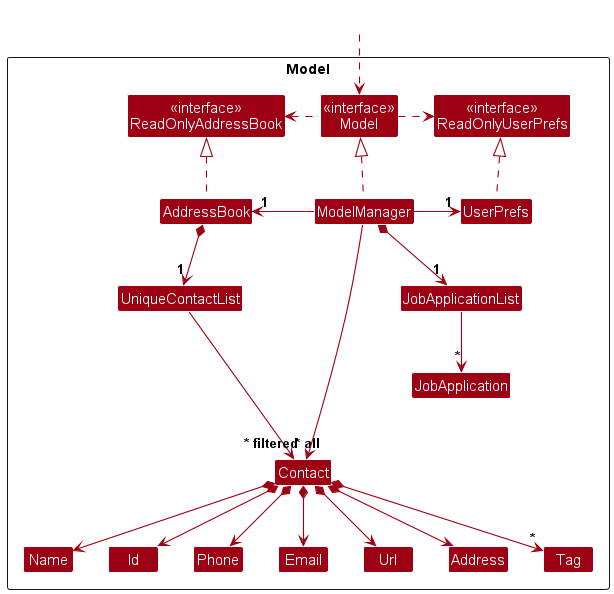
The PlantUML diagram docs/images/ModelClassDiagram.png in wxwern/cs2103t-tp, before a commit.
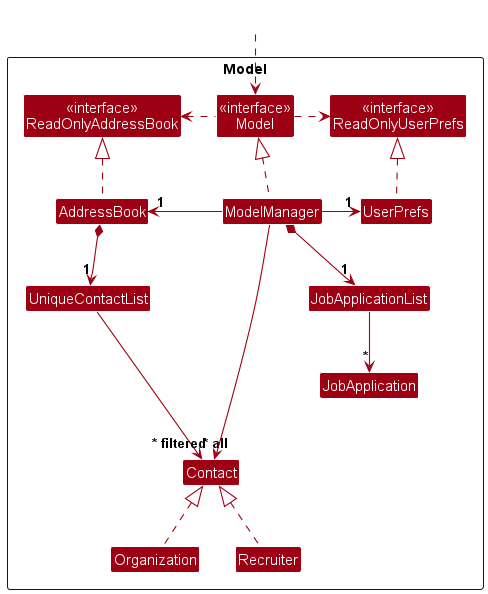
The same file after the commit.

Change to the diagram source:
```diff
@@ -14,13 +14,8 @@
 
 Class UniqueContactList
 Class Contact
-Class Address
-Class Email
-Class Name
-Class Id
-Class Url
-Class Phone
-Class Tag
+Class Organization
+Class Recruiter
 
 Class JobApplicationList
 Class JobApplication
@@ -42,13 +37,6 @@
 
 AddressBook *--> "1" UniqueContactList
 UniqueContactList --> "~* all" Contact
-Contact *--> Name
-Contact *--> Id
-Contact *--> Phone
-Contact *--> Email
-Contact *--> Url
-Contact *--> Address
-Contact *--> "*" Tag
 
 ModelManager *-down-> "1" JobApplicationList
 JobApplicationList -down-> "*" JobApplication
@@ -56,11 +44,8 @@
 Contact -[hidden]up--> I
 UniqueContactList -[hidden]right-> I
 
-Name -[hidden]right-> Id
-Id -[hidden]right-> Phone
-Phone -[hidden]right-> Email
-Email -[hidden]right-> Url
-Url -[hidden]right-> Address
+Organization .up.|> Contact
+Recruiter .up.|> Contact
 
 ModelManager --> "~* filtered" Contact
 @enduml
```
